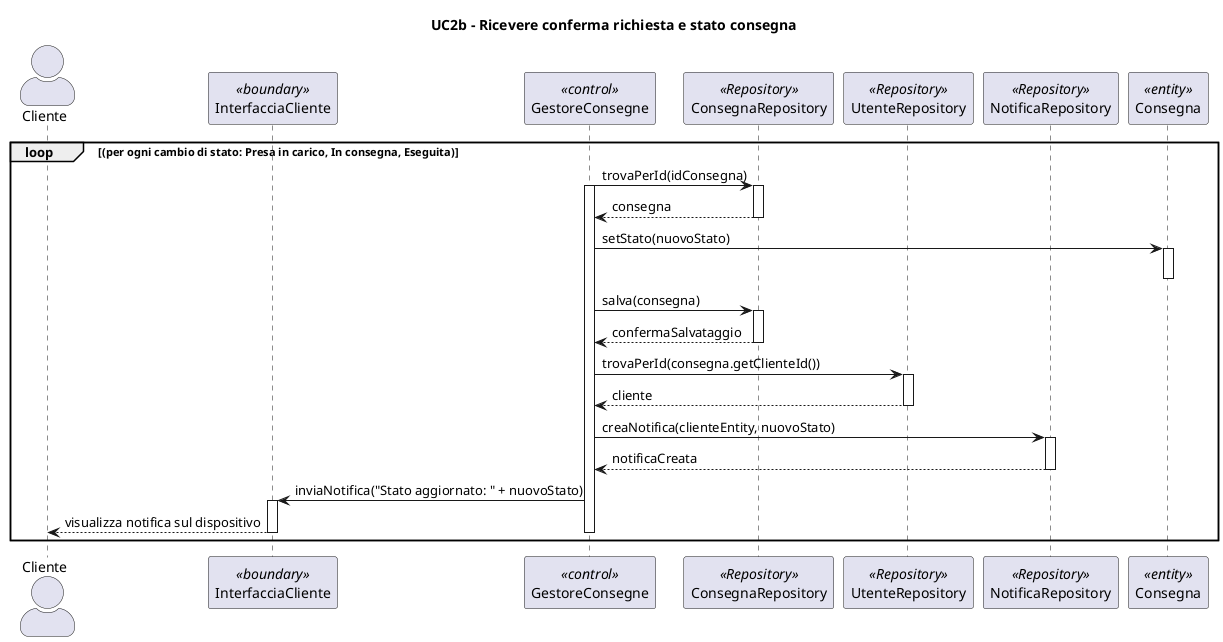
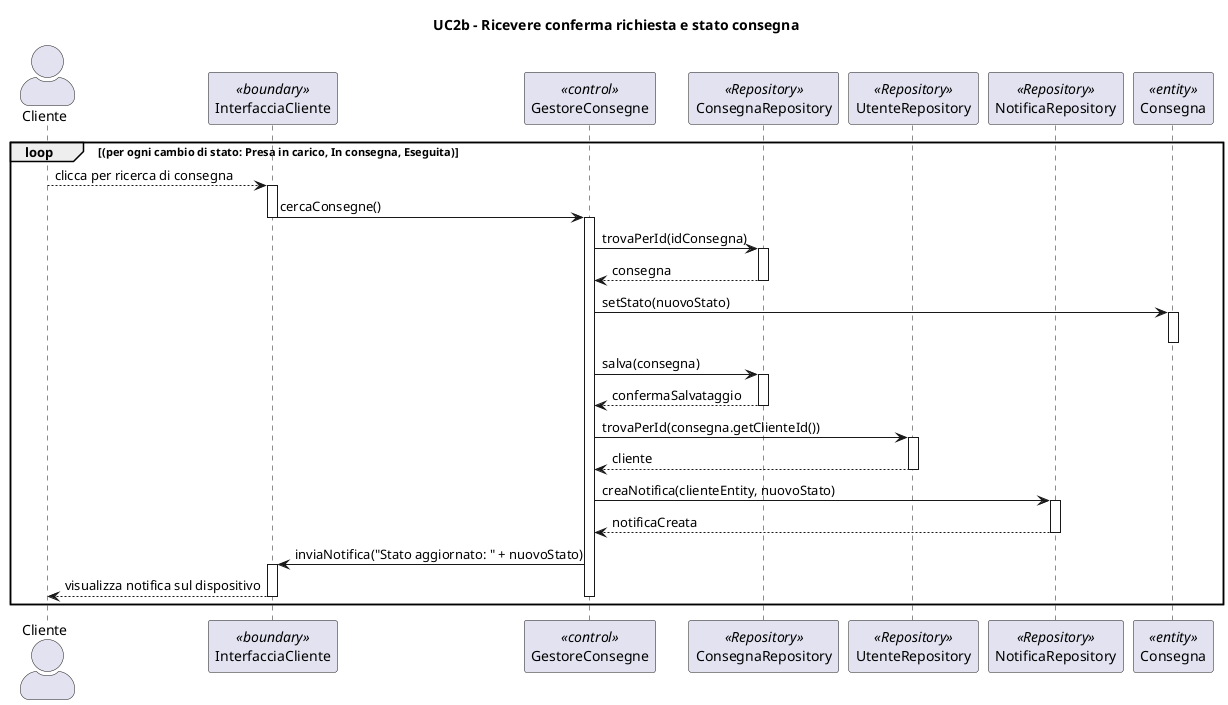
@startuml

skinparam actorStyle awesome
title UC2b - Ricevere conferma richiesta e stato consegna

actor Cliente
participant "InterfacciaCliente" as BoundaryCli <<boundary>>
participant "GestoreConsegne" as Control <<control>>
participant "ConsegnaRepository" as RepoConsegna <<Repository>>
participant "UtenteRepository" as RepoUtente <<Repository>>
participant "NotificaRepository" as RepoNotifica <<Repository>>
participant "Consegna" as Consegna <<entity>>

loop (per ogni cambio di stato: Presa in carico, In consegna, Eseguita)
- 
+     Cliente --> BoundaryCli : clicca per ricerca di consegna
+     activate BoundaryCli
+     BoundaryCli -> Control : cercaConsegne()
+     deactivate BoundaryCli
+     activate Control
    Control -> RepoConsegna : trovaPerId(idConsegna)
-     activate Control
    activate RepoConsegna
    RepoConsegna --> Control : consegna
    deactivate RepoConsegna

    Control -> Consegna : setStato(nuovoStato)
    activate Consegna
    deactivate Consegna

    Control -> RepoConsegna : salva(consegna)
    activate RepoConsegna
    RepoConsegna --> Control : confermaSalvataggio
    deactivate RepoConsegna

    Control -> RepoUtente : trovaPerId(consegna.getClienteId())
    activate RepoUtente
    RepoUtente --> Control : cliente
    deactivate RepoUtente

    Control -> RepoNotifica : creaNotifica(clienteEntity, nuovoStato)
    activate RepoNotifica
    RepoNotifica --> Control : notificaCreata
    deactivate RepoNotifica

    Control -> BoundaryCli : inviaNotifica("Stato aggiornato: " + nuovoStato)
    activate BoundaryCli
    BoundaryCli --> Cliente : visualizza notifica sul dispositivo
    deactivate BoundaryCli
    deactivate Control

end

@enduml
